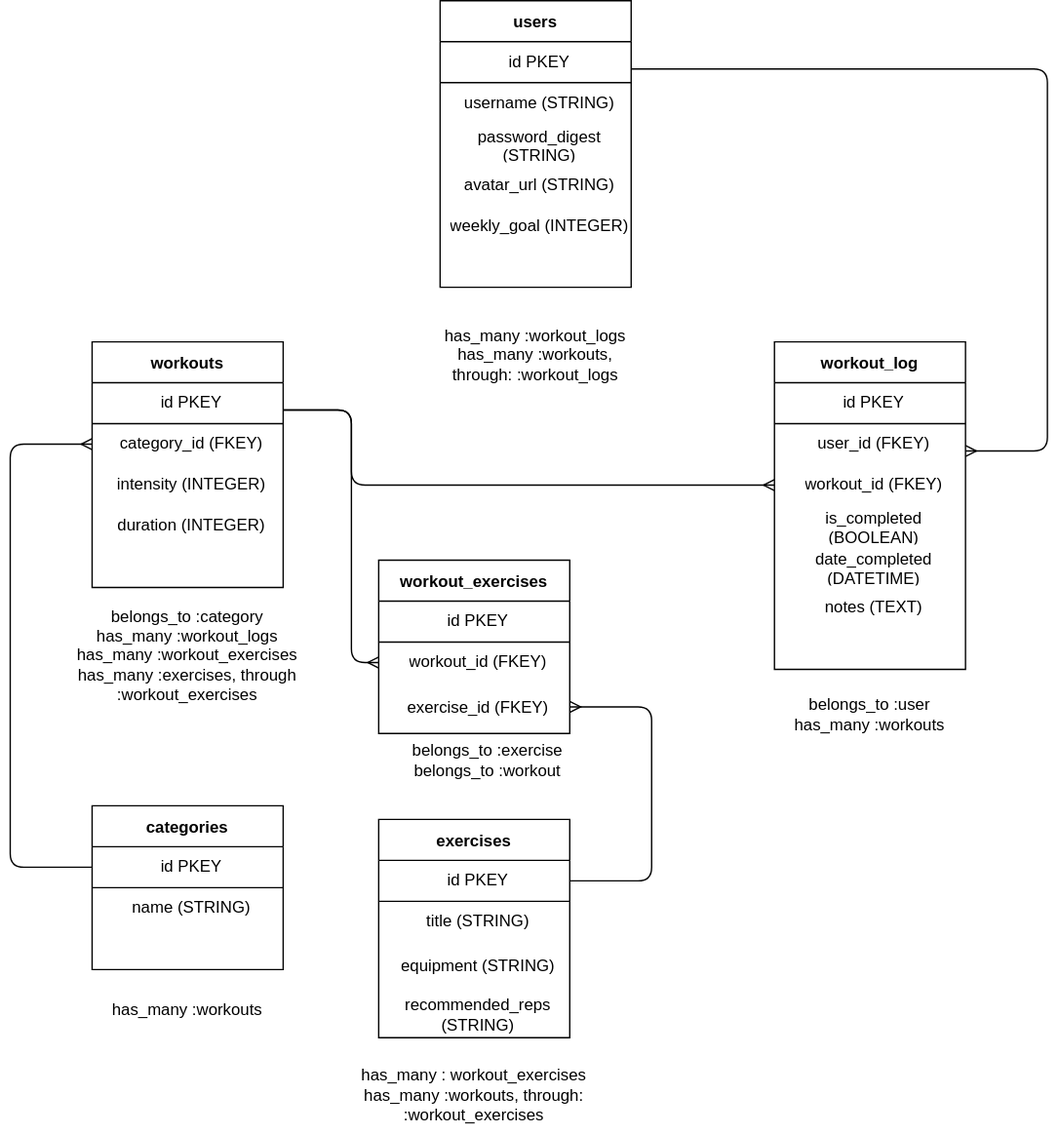
The draw.io diagram workoutbuddy.drawio.svg in clogan1/workout-buddy, before a commit. Source tidied: cells renumbered, new cells last; positions are measured from the earlier drawing's top-left corner, leaving out a move shared by most shapes.
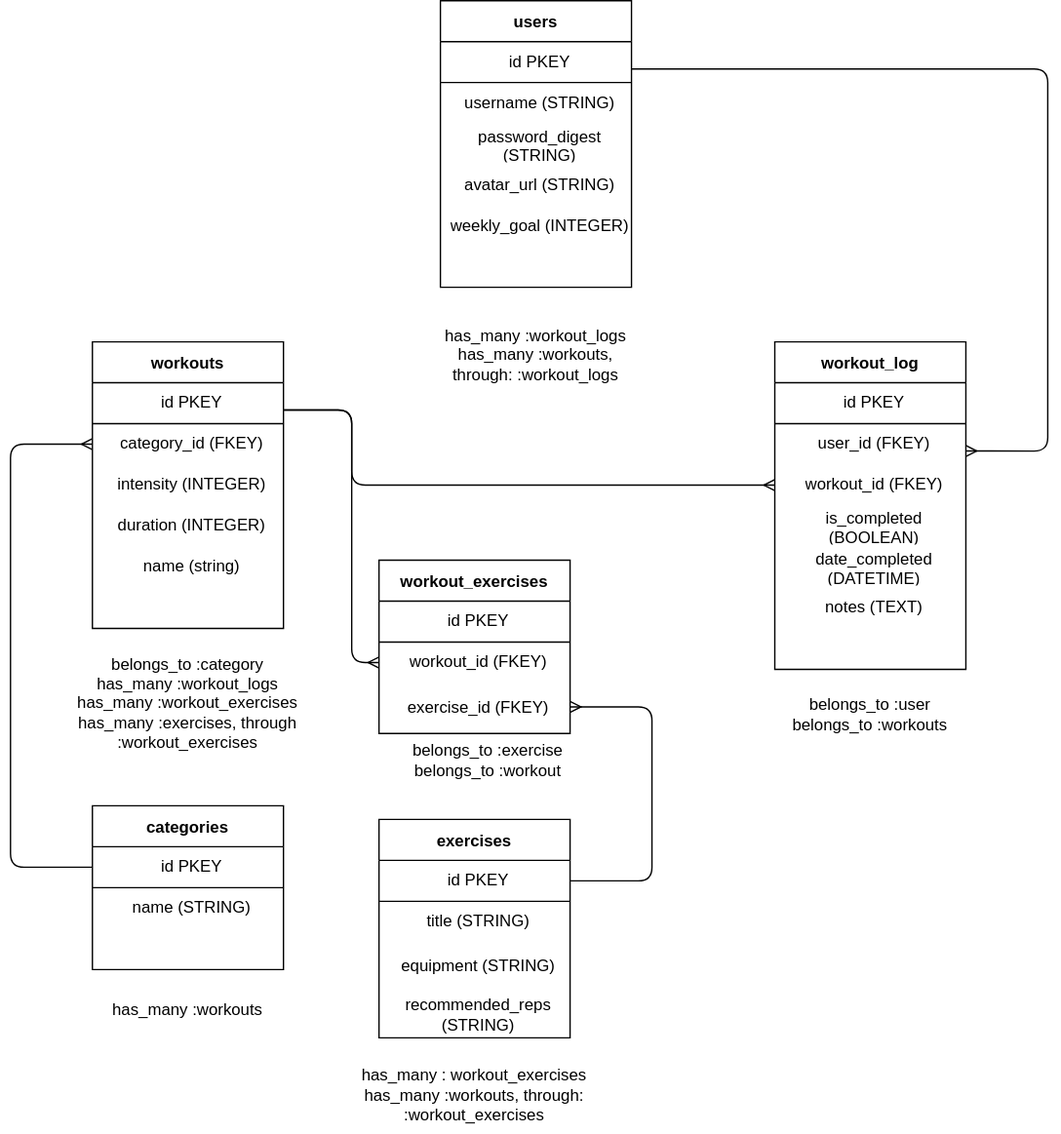
After the commit.

Commit message:
Updates to Login, LoginForm and SignUpForm and Sessions Controller to test full user login/sign up flow

What changed in the source:
```diff
@@ -41,7 +41,7 @@
       </mxCell>
     </object>
     <mxCell id="14" value="workouts" style="shape=table;startSize=30;rowLines=0;fontStyle=1;align=center;" parent="1" vertex="1">
-      <mxGeometry x="60" y="250" width="140" height="180" as="geometry" />
+      <mxGeometry x="60" y="250" width="140" height="210" as="geometry" />
     </mxCell>
     <mxCell id="15" style="shape=partialRectangle;html=1;whiteSpace=wrap;fillColor=none;top=0;left=0;bottom=1;right=0;" parent="14" vertex="1">
       <mxGeometry y="30" width="140" height="30" as="geometry" />
@@ -67,6 +67,12 @@
     <mxCell id="22" value="duration (INTEGER)" style="shape=partialRectangle;html=1;whiteSpace=wrap;fillColor=none;top=0;left=0;bottom=0;right=0;align=center;spacingLeft=6;overflow=hidden;" parent="21" vertex="1">
       <mxGeometry width="140" height="30" as="geometry" />
     </mxCell>
+    <mxCell id="67" style="shape=partialRectangle;html=1;whiteSpace=wrap;fillColor=none;top=0;left=0;bottom=0;right=0;" parent="14" vertex="1">
+      <mxGeometry y="150" width="140" height="30" as="geometry" />
+    </mxCell>
+    <mxCell id="68" value="name (string)" style="shape=partialRectangle;html=1;whiteSpace=wrap;fillColor=none;top=0;left=0;bottom=0;right=0;align=center;spacingLeft=6;overflow=hidden;" parent="67" vertex="1">
+      <mxGeometry width="140" height="30" as="geometry" />
+    </mxCell>
     <mxCell id="23" value="workout_log" style="shape=table;startSize=30;rowLines=0;fontStyle=1;align=center;" parent="1" vertex="1">
       <mxGeometry x="560" y="250" width="140" height="240" as="geometry" />
     </mxCell>
@@ -123,14 +129,14 @@
         </Array>
       </mxGeometry>
     </mxCell>
-    <object id="38" label="belongs_to :user&lt;br&gt;has_many :workouts" name="Variable" placeholders="1">
+    <object id="38" label="belongs_to :user&lt;br&gt;belongs_to :workouts" name="Variable" placeholders="1">
       <mxCell style="text;html=1;strokeColor=none;fillColor=none;align=center;verticalAlign=middle;whiteSpace=wrap;overflow=hidden;" parent="1" vertex="1">
         <mxGeometry x="560" y="502.5" width="140" height="40" as="geometry" />
       </mxCell>
     </object>
     <object id="39" label="belongs_to :category&lt;br&gt;has_many :workout_logs&lt;br&gt;has_many :workout_exercises&lt;br&gt;has_many :exercises, through :workout_exercises" name="Variable" placeholders="1">
       <mxCell style="text;html=1;strokeColor=none;fillColor=none;align=center;verticalAlign=middle;whiteSpace=wrap;overflow=hidden;" parent="1" vertex="1">
-        <mxGeometry x="30" y="435" width="200" height="90" as="geometry" />
+        <mxGeometry x="30" y="470" width="200" height="90" as="geometry" />
       </mxCell>
     </object>
     <mxCell id="40" value="exercises" style="shape=table;startSize=30;rowLines=0;fontStyle=1;align=center;" parent="1" vertex="1">
```
